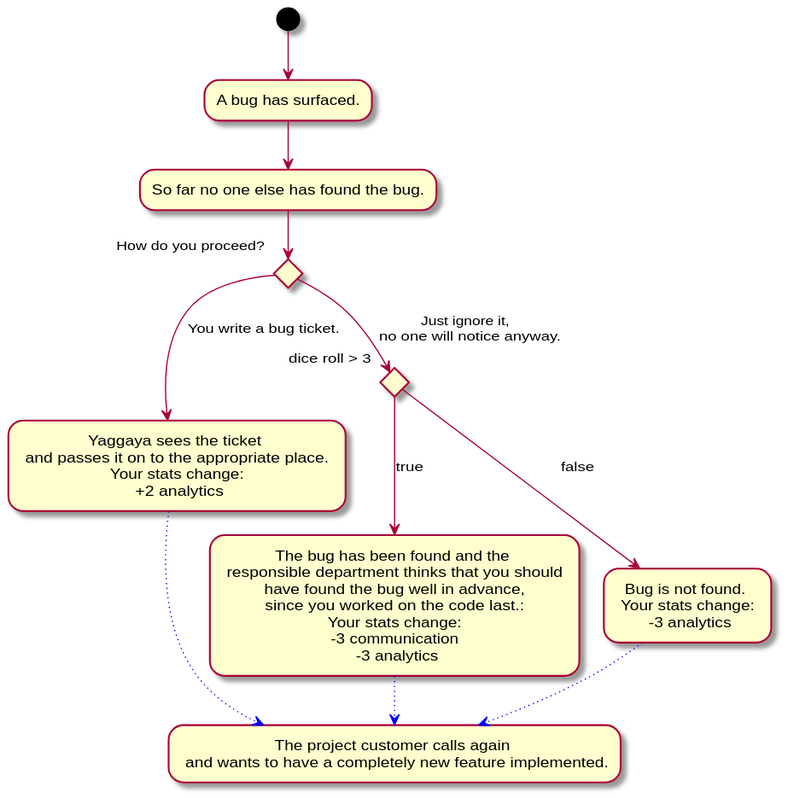
Before: Docs/Technical Specifications/docs/diagrams/storyflow-diagrams/storyflow-decision-11.svg, a diagram exported from PlantUML (Brotenko/QualityQuest).
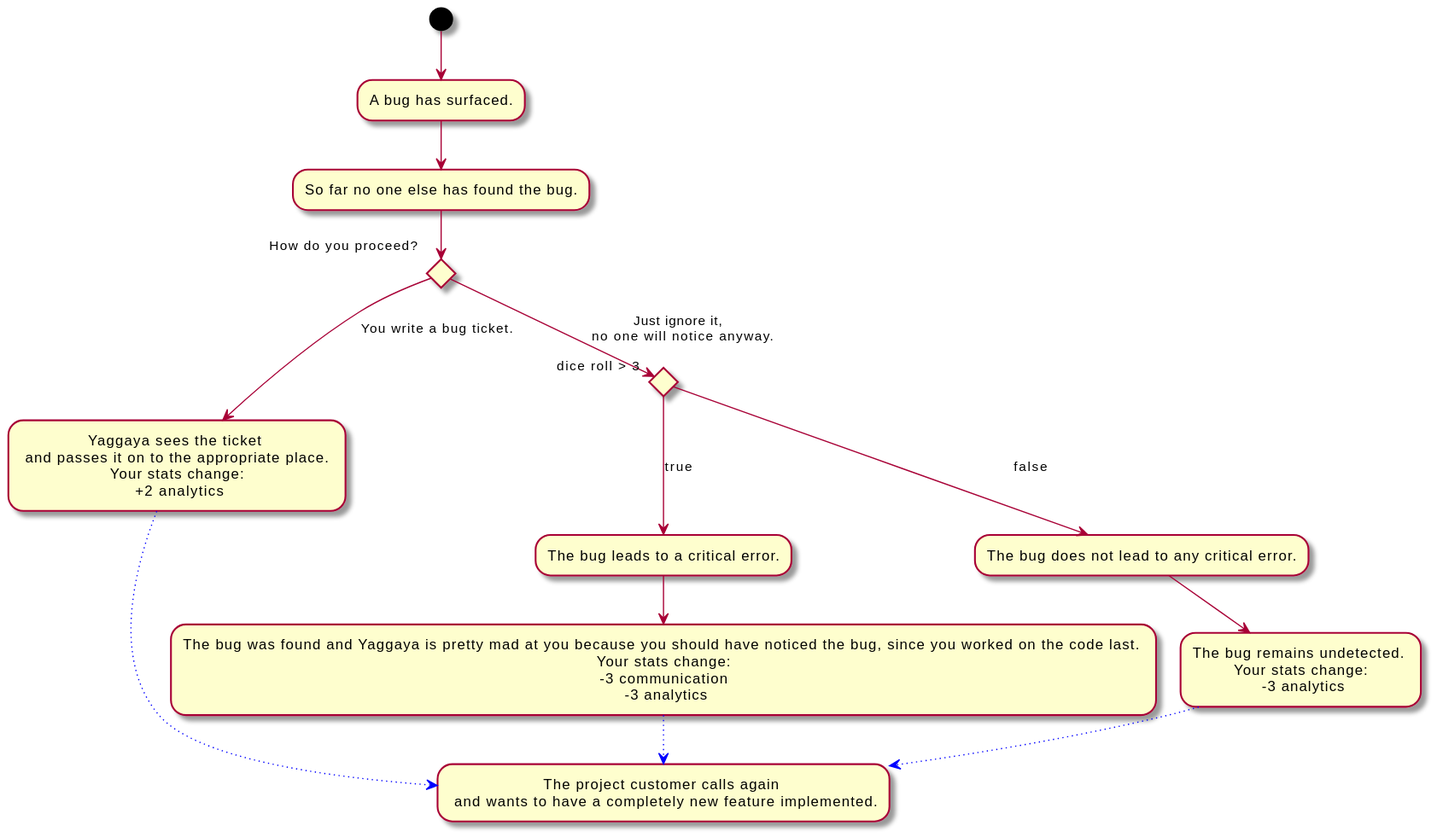
After the commit.

Diff of the diagram source:
```diff
@@ -5,10 +5,12 @@
 --> [You write a bug ticket.] "Yaggaya sees the ticket \n and passes it on to the appropriate place. \n Your stats change: \n +2 analytics" as bugTicket
 else
 --> [Just ignore it, \n no one will notice anyway.] if "dice roll > 3" then
---> [true] "The bug has been found and the \n responsible department thinks that you should \n have found the bug well in advance, \n since you worked on the code last.: \n Your stats change: \n -3 communication \n -3 analytics" as badEnd
+--> [true] "The bug leads to a critical error."
+--> "The bug was found and Yaggaya is pretty mad at you because you should have noticed the bug, since you worked on the code last. \n Your stats change: \n -3 communication \n -3 analytics" as badEnd
 
 else
---> [false] "Bug is not found. \n Your stats change: \n -3 analytics"
+--> [false] "The bug does not lead to any critical error."
+--> "The bug remains undetected. \n Your stats change: \n -3 analytics"
 -[#blue,dotted]-> "The project customer calls again \n and wants to have a completely new feature implemented." as nextDecision
 endif
 badEnd -[#blue,dotted]-> nextDecision
```
